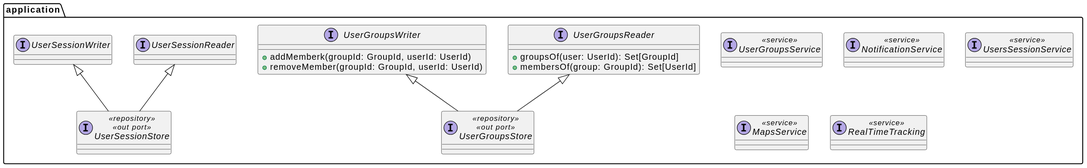
Above: res/location-service-infrastructure-light.svg in position-pal/position-pal.github.io (PlantUML), before the change. Its diagram source:
```plantuml
@startuml
package application {

    interface UserGroupsReader {
        + groupsOf(user: UserId): Set[GroupId]
        + membersOf(group: GroupId): Set[UserId]
    }
    interface UserGroupsWriter {
        + addMemberk(groupId: GroupId, userId: UserId)
        + removeMember(groupId: GroupId, userId: UserId)
    }
    interface UserGroupsStore <<repository>> <<out port>> extends UserGroupsReader, UserGroupsWriter

    interface UserGroupsService <<service>> {

    }

    interface NotificationService <<service>> {
    }

    interface UserSessionReader
    interface UserSessionWriter
    interface UserSessionStore <<repository>> <<out port>> extends UserSessionReader, UserSessionWriter

    interface UsersSessionService <<service>> {
    }

    interface MapsService <<service>> {
    }

    interface RealTimeTracking <<service>> {
    }

}
@enduml
```
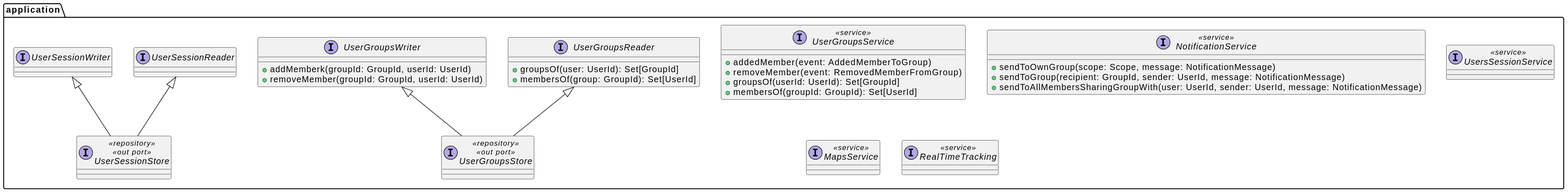
Above is the later version.

The edit, as a diff of the source:
```diff
@@ -12,10 +12,17 @@
     interface UserGroupsStore <<repository>> <<out port>> extends UserGroupsReader, UserGroupsWriter
 
     interface UserGroupsService <<service>> {
-
+        + addedMember(event: AddedMemberToGroup)
+        + removeMember(event: RemovedMemberFromGroup)
+        + groupsOf(userId: UserId): Set[GroupId]
+        + membersOf(groupId: GroupId): Set[UserId]
     }
 
+
     interface NotificationService <<service>> {
+        + sendToOwnGroup(scope: Scope, message: NotificationMessage)
+        + sendToGroup(recipient: GroupId, sender: UserId, message: NotificationMessage)
+        + sendToAllMembersSharingGroupWith(user: UserId, sender: UserId, message: NotificationMessage)
     }
 
     interface UserSessionReader
```
